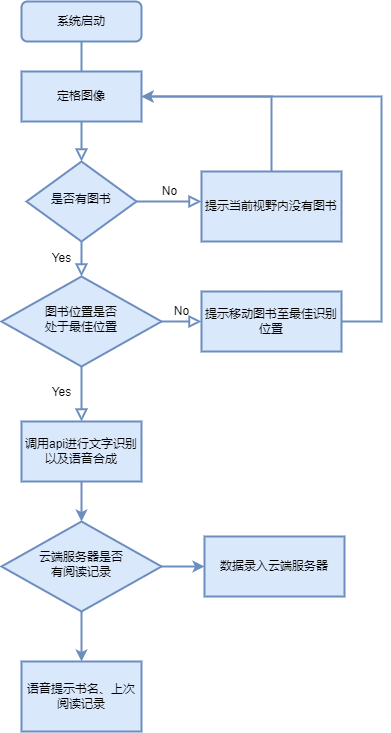
The draw.io diagram Software Diagram.png in Lelucermaire111/Intelligent-blind-assistance-system, before a commit. Source tidied: cells renumbered, new cells last; positions are measured from the earlier drawing's top-left corner, leaving out a move shared by most shapes.
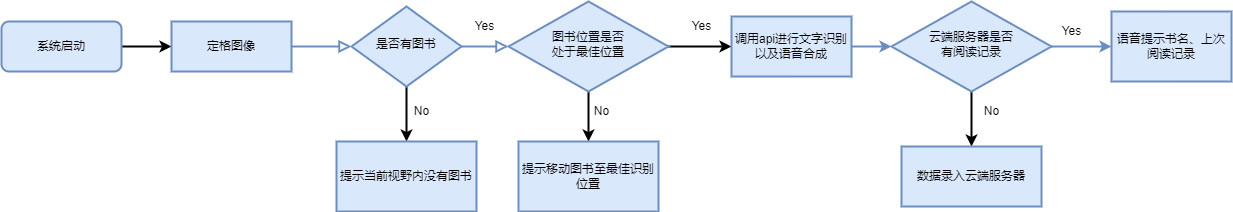
Later version of the same file.

Diff of the diagram source:
```diff
@@ -5,78 +5,74 @@
     <mxCell id="2" style="rounded=0;html=1;jettySize=auto;fontSize=11;endArrow=block;endFill=0;endSize=8;strokeWidth=2;shadow=0;labelBackgroundColor=none;edgeStyle=orthogonalEdgeStyle;startArrow=none;fillColor=#dae8fc;strokeColor=#6c8ebf;" parent="1" edge="1" source="12" target="6">
       <mxGeometry relative="1" as="geometry" />
     </mxCell>
+    <mxCell id="13" style="edgeStyle=orthogonalEdgeStyle;rounded=0;jettySize=auto;html=1;strokeWidth=2;" parent="1" edge="1" source="3" target="12">
+      <mxGeometry relative="1" as="geometry" />
+    </mxCell>
     <mxCell id="3" value="系统启动" style="rounded=1;whiteSpace=wrap;html=1;fontSize=12;glass=0;strokeWidth=2;shadow=0;fillColor=#dae8fc;strokeColor=#6c8ebf;" parent="1" vertex="1">
-      <mxGeometry x="20" width="120" height="40" as="geometry" />
+      <mxGeometry x="-90" y="130" width="120" height="50" as="geometry" />
     </mxCell>
     <mxCell id="4" value="Yes" style="rounded=0;html=1;jettySize=auto;fontSize=11;endArrow=block;endFill=0;endSize=8;strokeWidth=2;shadow=0;labelBackgroundColor=none;edgeStyle=orthogonalEdgeStyle;fillColor=#dae8fc;strokeColor=#6c8ebf;" parent="1" edge="1" source="6" target="10">
       <mxGeometry y="20" relative="1" as="geometry" />
     </mxCell>
-    <mxCell id="5" value="No" style="edgeStyle=orthogonalEdgeStyle;rounded=0;html=1;jettySize=auto;fontSize=11;endArrow=block;endFill=0;endSize=8;strokeWidth=2;shadow=0;labelBackgroundColor=none;fillColor=#dae8fc;strokeColor=#6c8ebf;" parent="1" edge="1" source="6">
-      <mxGeometry y="10" relative="1" as="geometry">
-        <mxPoint x="200" y="200" as="targetPoint" />
-      </mxGeometry>
-    </mxCell>
+    <mxCell id="23" style="edgeStyle=orthogonalEdgeStyle;rounded=0;jettySize=auto;html=1;strokeWidth=2;" parent="1" edge="1" source="6" target="16">
+      <mxGeometry relative="1" as="geometry" />
+    </mxCell>
     <mxCell id="6" value="是否有图书" style="rhombus;whiteSpace=wrap;html=1;shadow=0;fontFamily=Helvetica;fontSize=12;align=center;strokeWidth=2;spacing=6;spacingTop=-4;fillColor=#dae8fc;strokeColor=#6c8ebf;" parent="1" vertex="1">
-      <mxGeometry x="25" y="160" width="110" height="80" as="geometry" />
+      <mxGeometry x="260" y="115" width="110" height="80" as="geometry" />
     </mxCell>
-    <mxCell id="7" style="edgeStyle=orthogonalEdgeStyle;rounded=0;jettySize=auto;html=1;entryX=1;entryY=0.5;entryDx=0;entryDy=0;strokeWidth=2;exitX=0.5;exitY=0;exitDx=0;exitDy=0;fillColor=#dae8fc;strokeColor=#6c8ebf;" parent="1" edge="1" source="16" target="12">
-      <mxGeometry relative="1" as="geometry">
-        <Array as="points">
-          <mxPoint x="270" y="95" />
-        </Array>
-      </mxGeometry>
-    </mxCell>
+    <mxCell id="24" style="edgeStyle=orthogonalEdgeStyle;rounded=0;jettySize=auto;html=1;strokeWidth=2;" parent="1" edge="1" source="10" target="17">
+      <mxGeometry relative="1" as="geometry" />
+    </mxCell>
-    <mxCell id="8" value="Yes" style="rounded=0;html=1;jettySize=auto;fontSize=11;endArrow=block;endFill=0;endSize=8;strokeWidth=2;shadow=0;labelBackgroundColor=none;edgeStyle=orthogonalEdgeStyle;fillColor=#dae8fc;strokeColor=#6c8ebf;entryX=0.5;entryY=0;entryDx=0;entryDy=0;" parent="1" edge="1" source="10" target="15">
-      <mxGeometry x="-0.09" y="-20" relative="1" as="geometry" />
+    <mxCell id="8" style="edgeStyle=orthogonalEdgeStyle;rounded=0;jettySize=auto;html=1;strokeWidth=2;" parent="1" edge="1" source="10" target="15">
+      <mxGeometry relative="1" as="geometry" />
     </mxCell>
-    <mxCell id="9" value="No" style="edgeStyle=orthogonalEdgeStyle;rounded=0;html=1;jettySize=auto;fontSize=11;endArrow=block;endFill=0;endSize=8;strokeWidth=2;shadow=0;labelBackgroundColor=none;fillColor=#dae8fc;strokeColor=#6c8ebf;" parent="1" edge="1" source="10">
-      <mxGeometry y="10" relative="1" as="geometry">
-        <mxPoint x="200" y="320" as="targetPoint" />
-      </mxGeometry>
-    </mxCell>
     <mxCell id="10" value="图书位置是否&lt;br&gt;处于最佳位置" style="rhombus;whiteSpace=wrap;html=1;shadow=0;fontFamily=Helvetica;fontSize=12;align=center;strokeWidth=2;spacing=6;spacingTop=-4;fillColor=#dae8fc;strokeColor=#6c8ebf;" parent="1" vertex="1">
-      <mxGeometry y="275" width="160" height="90" as="geometry" />
+      <mxGeometry x="417" y="110" width="160" height="90" as="geometry" />
     </mxCell>
-    <mxCell id="11" style="edgeStyle=orthogonalEdgeStyle;rounded=0;jettySize=auto;html=1;exitX=1;exitY=0.5;exitDx=0;exitDy=0;entryX=1;entryY=0.5;entryDx=0;entryDy=0;strokeWidth=2;fillColor=#dae8fc;strokeColor=#6c8ebf;" parent="1" edge="1" source="17" target="12">
-      <mxGeometry relative="1" as="geometry">
-        <Array as="points">
-          <mxPoint x="380" y="320" />
-          <mxPoint x="380" y="95" />
-        </Array>
-      </mxGeometry>
-    </mxCell>
     <mxCell id="12" value="定格图像" style="rounded=0;whiteSpace=wrap;html=1;fillColor=#dae8fc;strokeColor=#6c8ebf;strokeWidth=2;" parent="1" vertex="1">
-      <mxGeometry x="20" y="70" width="120" height="50" as="geometry" />
+      <mxGeometry x="80" y="130" width="120" height="50" as="geometry" />
     </mxCell>
-    <mxCell id="13" style="rounded=0;html=1;jettySize=auto;fontSize=11;endArrow=none;endFill=0;endSize=8;strokeWidth=2;shadow=0;labelBackgroundColor=none;edgeStyle=orthogonalEdgeStyle;fillColor=#dae8fc;strokeColor=#6c8ebf;" parent="1" edge="1" source="3" target="12">
-      <mxGeometry relative="1" as="geometry" />
-    </mxCell>
     <mxCell id="14" style="edgeStyle=orthogonalEdgeStyle;rounded=0;jettySize=auto;html=1;strokeWidth=2;fillColor=#dae8fc;strokeColor=#6c8ebf;" parent="1" edge="1" source="15" target="20">
       <mxGeometry relative="1" as="geometry" />
     </mxCell>
     <mxCell id="15" value="调用api进行文字识别以及语音合成" style="rounded=0;whiteSpace=wrap;html=1;strokeWidth=2;fillColor=#dae8fc;strokeColor=#6c8ebf;" parent="1" vertex="1">
-      <mxGeometry x="20" y="420" width="120" height="60" as="geometry" />
+      <mxGeometry x="640" y="125" width="120" height="60" as="geometry" />
     </mxCell>
     <mxCell id="16" value="提示当前视野内没有图书" style="rounded=0;whiteSpace=wrap;html=1;strokeWidth=2;fillColor=#dae8fc;strokeColor=#6c8ebf;" parent="1" vertex="1">
-      <mxGeometry x="200" y="170" width="140" height="70" as="geometry" />
+      <mxGeometry x="245" y="250" width="140" height="70" as="geometry" />
     </mxCell>
     <mxCell id="17" value="提示移动图书至最佳识别位置" style="rounded=0;whiteSpace=wrap;html=1;strokeWidth=2;fillColor=#dae8fc;strokeColor=#6c8ebf;" parent="1" vertex="1">
-      <mxGeometry x="200" y="290" width="140" height="60" as="geometry" />
+      <mxGeometry x="427" y="250" width="140" height="70" as="geometry" />
     </mxCell>
     <mxCell id="18" style="edgeStyle=orthogonalEdgeStyle;rounded=0;jettySize=auto;html=1;strokeWidth=2;fillColor=#dae8fc;strokeColor=#6c8ebf;" parent="1" edge="1" source="20" target="22">
       <mxGeometry relative="1" as="geometry" />
     </mxCell>
-    <mxCell id="19" style="edgeStyle=orthogonalEdgeStyle;rounded=0;jettySize=auto;html=1;strokeWidth=2;fillColor=#dae8fc;strokeColor=#6c8ebf;entryX=0;entryY=0.5;entryDx=0;entryDy=0;" parent="1" edge="1" source="20" target="21">
+    <mxCell id="19" style="edgeStyle=orthogonalEdgeStyle;rounded=0;jettySize=auto;html=1;strokeWidth=2;" parent="1" edge="1" source="20" target="21">
       <mxGeometry relative="1" as="geometry" />
     </mxCell>
     <mxCell id="20" value="云端服务器是否&lt;br&gt;有阅读记录" style="rhombus;whiteSpace=wrap;html=1;shadow=0;fontFamily=Helvetica;fontSize=12;align=center;strokeWidth=2;spacing=6;spacingTop=-4;fillColor=#dae8fc;strokeColor=#6c8ebf;" parent="1" vertex="1">
-      <mxGeometry y="520" width="160" height="90" as="geometry" />
+      <mxGeometry x="800" y="110" width="160" height="90" as="geometry" />
     </mxCell>
     <mxCell id="21" value="数据录入云端服务器" style="rounded=0;whiteSpace=wrap;html=1;strokeWidth=2;fillColor=#dae8fc;strokeColor=#6c8ebf;" parent="1" vertex="1">
-      <mxGeometry x="203" y="535" width="140" height="60" as="geometry" />
+      <mxGeometry x="810" y="255" width="140" height="60" as="geometry" />
     </mxCell>
     <mxCell id="22" value="语音提示书名、上次阅读记录" style="rounded=0;whiteSpace=wrap;html=1;strokeWidth=2;fillColor=#dae8fc;strokeColor=#6c8ebf;" parent="1" vertex="1">
-      <mxGeometry x="20" y="660" width="120" height="70" as="geometry" />
+      <mxGeometry x="1020" y="120" width="120" height="70" as="geometry" />
     </mxCell>
+    <mxCell id="25" value="Yes" style="text;html=1;align=center;verticalAlign=middle;strokeColor=none;fillColor=none;" parent="1" vertex="1">
+      <mxGeometry x="595" y="125" width="30" height="20" as="geometry" />
+    </mxCell>
+    <mxCell id="26" value="No" style="text;html=1;align=center;verticalAlign=middle;strokeColor=none;fillColor=none;" parent="1" vertex="1">
+      <mxGeometry x="315" y="210" width="30" height="20" as="geometry" />
+    </mxCell>
+    <mxCell id="27" value="No" style="text;html=1;align=center;verticalAlign=middle;strokeColor=none;fillColor=none;" parent="1" vertex="1">
+      <mxGeometry x="495" y="210" width="30" height="20" as="geometry" />
+    </mxCell>
+    <mxCell id="28" value="Yes" style="text;html=1;align=center;verticalAlign=middle;strokeColor=none;fillColor=none;" parent="1" vertex="1">
+      <mxGeometry x="965" y="130" width="30" height="20" as="geometry" />
+    </mxCell>
+    <mxCell id="29" value="No" style="text;html=1;align=center;verticalAlign=middle;strokeColor=none;fillColor=none;" parent="1" vertex="1">
+      <mxGeometry x="885" y="210" width="30" height="20" as="geometry" />
+    </mxCell>
   </root>
 </mxGraphModel>
```
